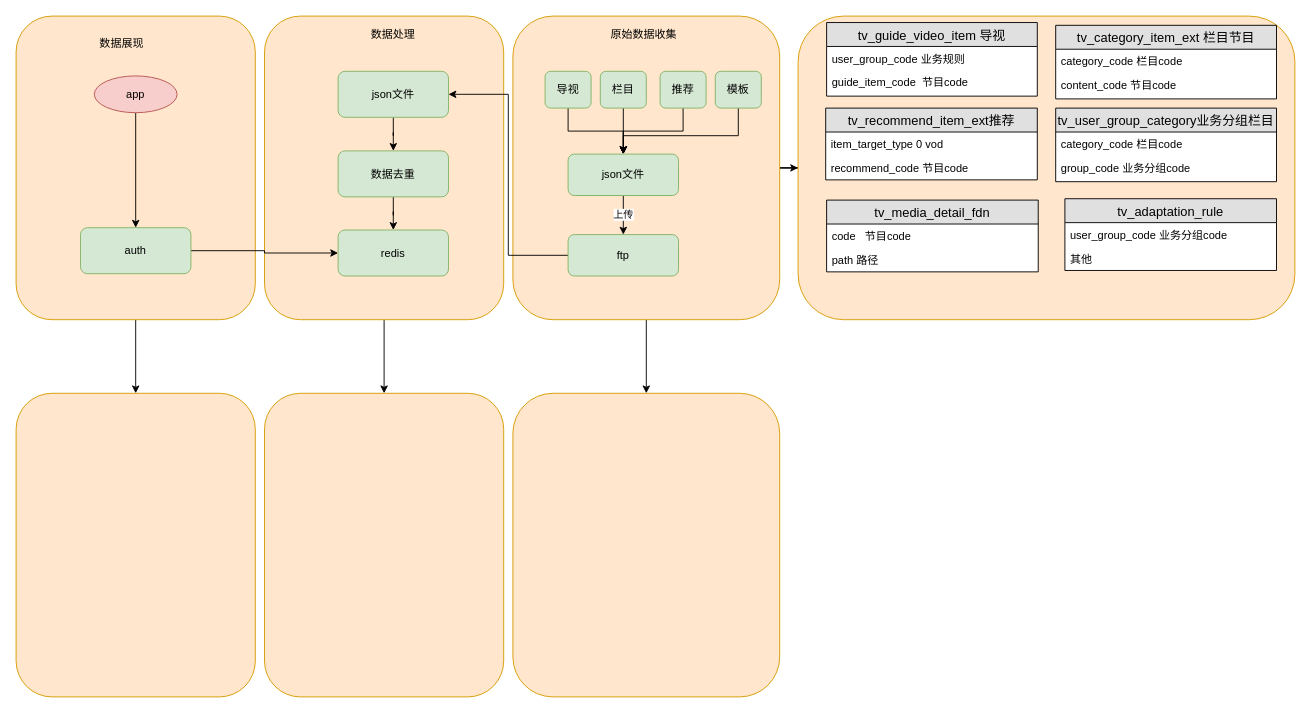
xiayingjie/test keeps this draw.io diagram as ps容灾.drawio. Above is the earlier version. Source tidied: cells renumbered, new cells numbered last; positions are measured from the earlier drawing's top-left corner, leaving out a move shared by most shapes. Both pictures are drawn from the tidied source at 92%, with x=0, y=0 at pixel (16, 16).
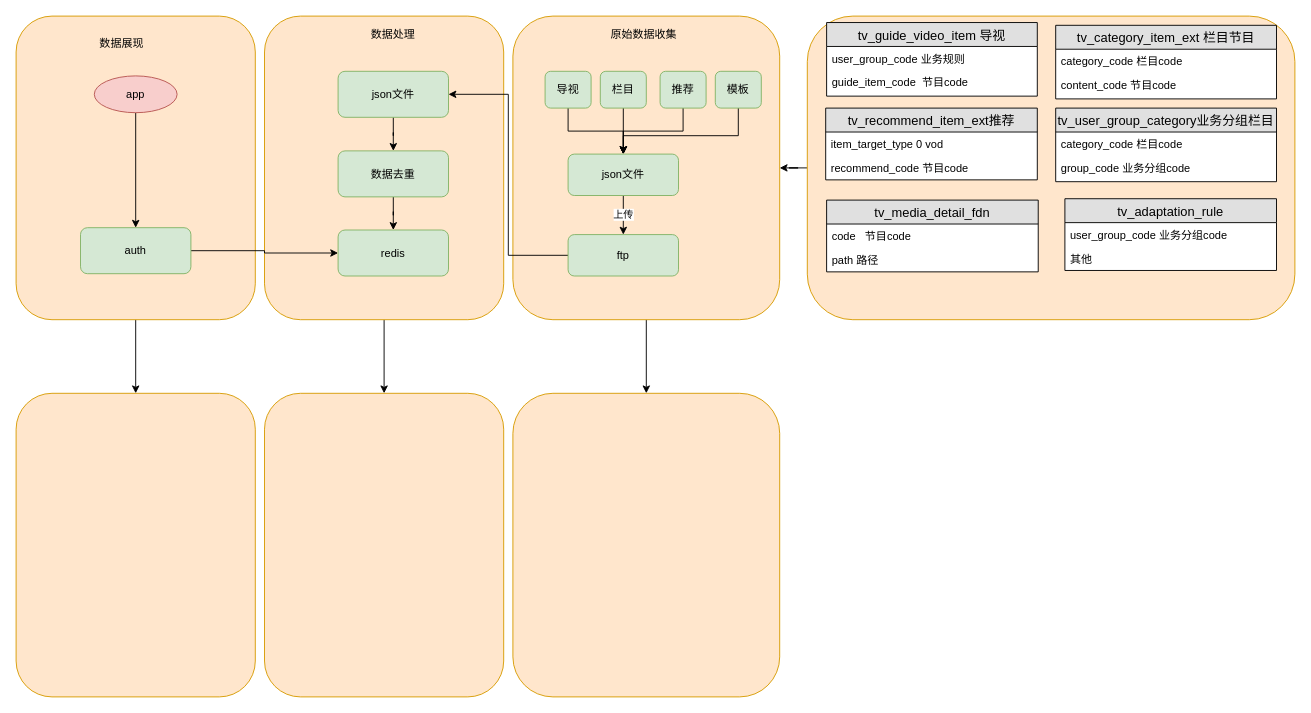
The same diagram, later.

Unchanged cells that the change refers to:
```xml
<mxCell id="7" style="rounded=1;whiteSpace=wrap;html=1;fillColor=#ffe6cc;strokeColor=#d79b00;" parent="1" vertex="1">
  <mxGeometry x="540" width="290" height="330" as="geometry" />
</mxCell>
```

Diff of the diagram source:
```diff
@@
-    <mxCell id="5" style="edgeStyle=orthogonalEdgeStyle;rounded=0;jettySize=auto;html=1;" parent="1" edge="1" source="7" target="9">
-      <mxGeometry relative="1" as="geometry" />
-    </mxCell>
@@
+    <mxCell id="56" style="edgeStyle=orthogonalEdgeStyle;rounded=0;jettySize=auto;html=1;" parent="1" edge="1" source="9" target="7">
+      <mxGeometry relative="1" as="geometry" />
+    </mxCell>
     <mxCell id="9" style="rounded=1;whiteSpace=wrap;html=1;fillColor=#ffe6cc;strokeColor=#d79b00;" parent="1" vertex="1">
-      <mxGeometry x="850" width="540" height="330" as="geometry" />
+      <mxGeometry x="860" width="530" height="330" as="geometry" />
     </mxCell>
```
